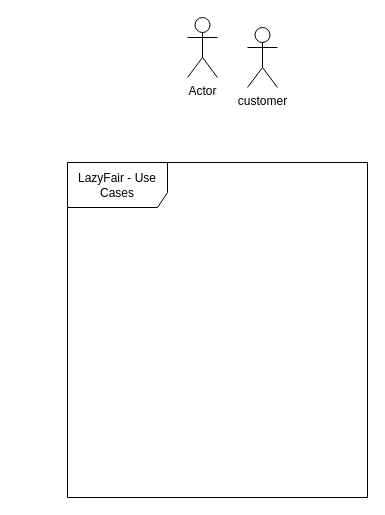
Before: Workshop 1 Use Case Diagram.drawio in antonykimuom/SWEN30006-2025-SM1-workshop1-tuew05-14-00-team-12, a draw.io diagram. Source tidied: cells renumbered, new cells numbered last; positions are measured from the earlier drawing's top-left corner, leaving out a move shared by most shapes. Both pictures are drawn from the tidied source at 100%, with x=0, y=0 at pixel (67, 17).
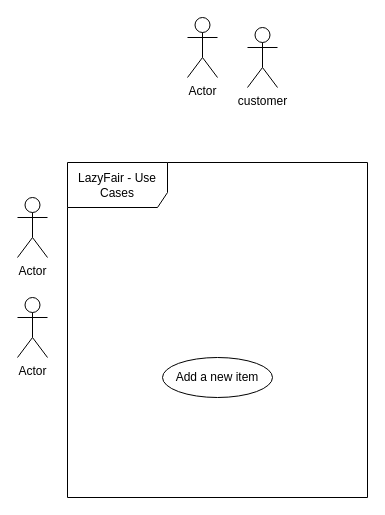
The same page after the edit.

Commit message:
Added a few actors

What changed in the source:
```diff
@@
 <mxGraphModel>
   <root>
     <mxCell id="0" />
     <mxCell id="1" parent="0" />
     <mxCell id="2" value="Actor" style="shape=umlActor;verticalLabelPosition=bottom;verticalAlign=top;html=1;" parent="1" vertex="1">
       <mxGeometry x="120" width="30" height="60" as="geometry" />
     </mxCell>
     <mxCell id="3" value="LazyFair - Use Cases" style="shape=umlFrame;whiteSpace=wrap;html=1;width=100;height=45;" parent="1" vertex="1">
       <mxGeometry y="145" width="300" height="335" as="geometry" />
     </mxCell>
+    <mxCell id="5" value="Add a new item" style="ellipse;whiteSpace=wrap;html=1;" parent="1" vertex="1">
+      <mxGeometry x="95" y="340" width="110" height="40" as="geometry" />
+    </mxCell>
     <mxCell id="4" value="customer" style="shape=umlActor;verticalLabelPosition=bottom;verticalAlign=top;html=1;" parent="1" vertex="1">
       <mxGeometry x="180" y="10" width="30" height="60" as="geometry" />
     </mxCell>
+    <mxCell id="6" value="Actor" style="shape=umlActor;verticalLabelPosition=bottom;verticalAlign=top;html=1;" parent="1" vertex="1">
+      <mxGeometry x="-50" y="180" width="30" height="60" as="geometry" />
+    </mxCell>
+    <mxCell id="7" value="Actor" style="shape=umlActor;verticalLabelPosition=bottom;verticalAlign=top;html=1;" parent="1" vertex="1">
+      <mxGeometry x="-50" y="280" width="30" height="60" as="geometry" />
+    </mxCell>
   </root>
 </mxGraphModel>
```
